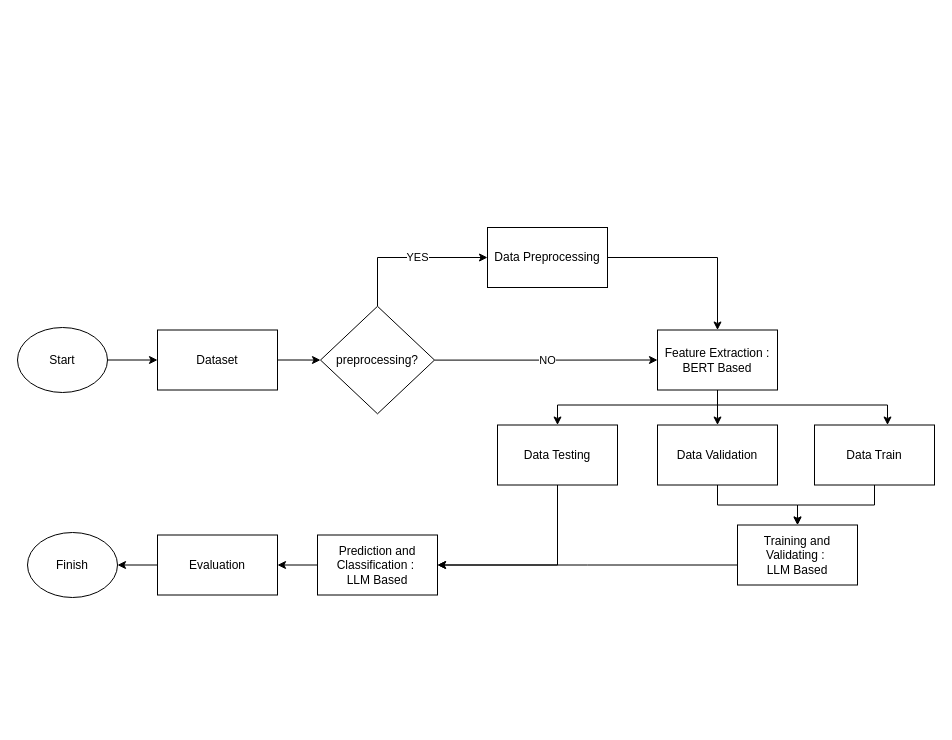
This is Diagram Blok Proses.drawio from erlanggadewa/Sentiment-Analysis-Review-Steam, a draw.io file, before an edit. Source tidied: cells renumbered, new cells numbered last; positions are measured from the earlier drawing's top-left corner, leaving out a move shared by most shapes. Both pictures are drawn from the tidied source at 100%, with x=0, y=0 at pixel (17, 227).
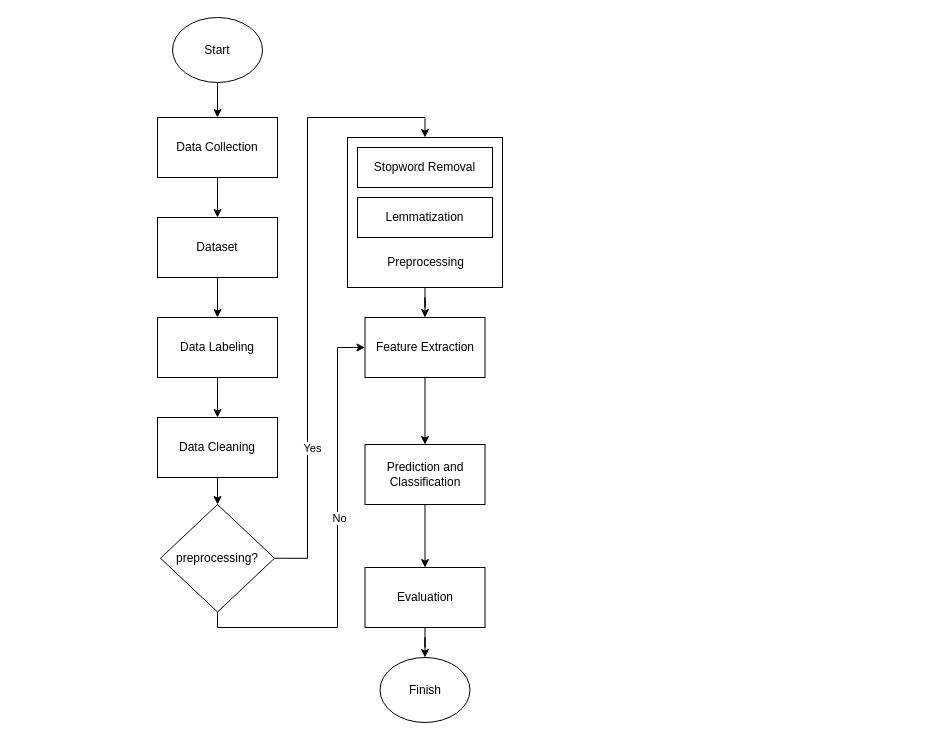
After the change.

Change to the diagram source:
```diff
@@
-    <mxCell id="2" style="edgeStyle=orthogonalEdgeStyle;rounded=0;jettySize=auto;html=1;entryX=0;entryY=0.5;entryDx=0;entryDy=0;" parent="1" edge="1" source="3" target="5">
-      <mxGeometry relative="1" as="geometry" />
-    </mxCell>
+    <mxCell id="29" style="edgeStyle=orthogonalEdgeStyle;rounded=0;jettySize=auto;html=1;entryX=0.5;entryY=0;entryDx=0;entryDy=0;" parent="1" edge="1" source="3" target="35">
+      <mxGeometry relative="1" as="geometry" />
+    </mxCell>
     <mxCell id="3" value="Start" style="ellipse;whiteSpace=wrap;html=1;" parent="1" vertex="1">
-      <mxGeometry y="100" width="90" height="65" as="geometry" />
+      <mxGeometry x="155" y="-210" width="90" height="65" as="geometry" />
     </mxCell>
-    <mxCell id="4" style="edgeStyle=orthogonalEdgeStyle;rounded=0;jettySize=auto;html=1;entryX=0;entryY=0.5;entryDx=0;entryDy=0;" parent="1" edge="1" source="5" target="28">
-      <mxGeometry relative="1" as="geometry" />
-    </mxCell>
+    <mxCell id="30" style="edgeStyle=orthogonalEdgeStyle;rounded=0;jettySize=auto;html=1;entryX=0.5;entryY=0;entryDx=0;entryDy=0;" parent="1" edge="1" source="5" target="37">
+      <mxGeometry relative="1" as="geometry" />
+    </mxCell>
     <mxCell id="5" value="Dataset" style="rounded=0;whiteSpace=wrap;html=1;" parent="1" vertex="1">
-      <mxGeometry x="140" y="102.5" width="120" height="60" as="geometry" />
+      <mxGeometry x="140" y="-10" width="120" height="60" as="geometry" />
     </mxCell>
-    <mxCell id="6" style="edgeStyle=orthogonalEdgeStyle;rounded=0;jettySize=auto;html=1;" parent="1" edge="1" source="7" target="11">
-      <mxGeometry relative="1" as="geometry" />
-    </mxCell>
-    <mxCell id="7" value="Data Preprocessing" style="rounded=0;whiteSpace=wrap;html=1;" parent="1" vertex="1">
-      <mxGeometry x="470" width="120" height="60" as="geometry" />
-    </mxCell>
-    <mxCell id="8" style="edgeStyle=orthogonalEdgeStyle;rounded=0;jettySize=auto;html=1;entryX=0.5;entryY=0;entryDx=0;entryDy=0;" parent="1" edge="1" source="11" target="15">
-      <mxGeometry relative="1" as="geometry" />
-    </mxCell>
-    <mxCell id="9" style="edgeStyle=orthogonalEdgeStyle;rounded=0;jettySize=auto;html=1;entryX=0.5;entryY=0;entryDx=0;entryDy=0;" parent="1" edge="1" source="11" target="19">
-      <mxGeometry relative="1" as="geometry">
-        <Array as="points">
-          <mxPoint x="700" y="177.5" />
-          <mxPoint x="540" y="177.5" />
-        </Array>
-      </mxGeometry>
-    </mxCell>
-    <mxCell id="10" style="edgeStyle=orthogonalEdgeStyle;rounded=0;jettySize=auto;html=1;" parent="1" edge="1" source="11" target="17">
-      <mxGeometry relative="1" as="geometry">
-        <Array as="points">
-          <mxPoint x="700" y="177.5" />
-          <mxPoint x="870" y="177.5" />
-        </Array>
-      </mxGeometry>
-    </mxCell>
+    <mxCell id="31" style="edgeStyle=orthogonalEdgeStyle;rounded=0;jettySize=auto;html=1;entryX=0.5;entryY=0;entryDx=0;entryDy=0;" parent="1" edge="1" source="11" target="21">
+      <mxGeometry relative="1" as="geometry" />
+    </mxCell>
-    <mxCell id="11" value="Feature Extraction :&lt;br&gt;BERT Based" style="rounded=0;whiteSpace=wrap;html=1;" parent="1" vertex="1">
-      <mxGeometry x="640" y="102.5" width="120" height="60" as="geometry" />
+    <mxCell id="11" value="Feature Extraction" style="rounded=0;whiteSpace=wrap;html=1;" parent="1" vertex="1">
+      <mxGeometry x="347.5" y="90" width="120" height="60" as="geometry" />
     </mxCell>
-    <mxCell id="12" style="edgeStyle=orthogonalEdgeStyle;rounded=0;jettySize=auto;html=1;entryX=1;entryY=0.5;entryDx=0;entryDy=0;" parent="1" edge="1" source="13" target="21">
-      <mxGeometry relative="1" as="geometry">
-        <Array as="points">
-          <mxPoint x="570" y="338" />
-        </Array>
-      </mxGeometry>
-    </mxCell>
-    <mxCell id="13" value="Training and Validating :&amp;nbsp;&lt;div&gt;LLM Based&lt;/div&gt;" style="rounded=0;whiteSpace=wrap;html=1;" parent="1" vertex="1">
-      <mxGeometry x="720" y="297.5" width="120" height="60" as="geometry" />
-    </mxCell>
-    <mxCell id="14" style="edgeStyle=orthogonalEdgeStyle;rounded=0;jettySize=auto;html=1;entryX=0.5;entryY=0;entryDx=0;entryDy=0;" parent="1" edge="1" source="15" target="13">
-      <mxGeometry relative="1" as="geometry" />
-    </mxCell>
-    <mxCell id="15" value="Data Validation" style="rounded=0;whiteSpace=wrap;html=1;" parent="1" vertex="1">
-      <mxGeometry x="640" y="197.5" width="120" height="60" as="geometry" />
-    </mxCell>
-    <mxCell id="16" style="edgeStyle=orthogonalEdgeStyle;rounded=0;jettySize=auto;html=1;" parent="1" edge="1" source="17" target="13">
-      <mxGeometry relative="1" as="geometry" />
-    </mxCell>
-    <mxCell id="17" value="Data Train" style="rounded=0;whiteSpace=wrap;html=1;" parent="1" vertex="1">
-      <mxGeometry x="797" y="197.5" width="120" height="60" as="geometry" />
-    </mxCell>
-    <mxCell id="18" style="edgeStyle=orthogonalEdgeStyle;rounded=0;jettySize=auto;html=1;entryX=1;entryY=0.5;entryDx=0;entryDy=0;" parent="1" edge="1" source="19" target="21">
-      <mxGeometry relative="1" as="geometry">
-        <Array as="points">
-          <mxPoint x="540" y="338" />
-        </Array>
-      </mxGeometry>
-    </mxCell>
-    <mxCell id="19" value="Data Testing" style="rounded=0;whiteSpace=wrap;html=1;" parent="1" vertex="1">
-      <mxGeometry x="480" y="197.5" width="120" height="60" as="geometry" />
-    </mxCell>
-    <mxCell id="20" style="edgeStyle=orthogonalEdgeStyle;rounded=0;jettySize=auto;html=1;entryX=1;entryY=0.5;entryDx=0;entryDy=0;" parent="1" edge="1" source="21" target="23">
+    <mxCell id="20" style="edgeStyle=orthogonalEdgeStyle;rounded=0;jettySize=auto;html=1;entryX=0.5;entryY=0;entryDx=0;entryDy=0;" parent="1" edge="1" source="21" target="23">
       <mxGeometry relative="1" as="geometry" />
     </mxCell>
-    <mxCell id="21" value="Prediction and Classification&amp;nbsp;&lt;span style=&quot;background-color: initial;&quot;&gt;:&amp;nbsp;&lt;/span&gt;&lt;div&gt;LLM Based&lt;/div&gt;" style="rounded=0;whiteSpace=wrap;html=1;" parent="1" vertex="1">
-      <mxGeometry x="300" y="307.5" width="120" height="60" as="geometry" />
+    <mxCell id="21" value="Prediction and Classification" style="rounded=0;whiteSpace=wrap;html=1;" parent="1" vertex="1">
+      <mxGeometry x="347.5" y="217" width="120" height="60" as="geometry" />
     </mxCell>
-    <mxCell id="22" style="edgeStyle=orthogonalEdgeStyle;rounded=0;jettySize=auto;html=1;entryX=1;entryY=0.5;entryDx=0;entryDy=0;" parent="1" edge="1" source="23" target="24">
+    <mxCell id="22" style="edgeStyle=orthogonalEdgeStyle;rounded=0;jettySize=auto;html=1;entryX=0.5;entryY=0;entryDx=0;entryDy=0;" parent="1" edge="1" source="23" target="24">
       <mxGeometry relative="1" as="geometry" />
     </mxCell>
     <mxCell id="23" value="Evaluation" style="rounded=0;whiteSpace=wrap;html=1;" parent="1" vertex="1">
-      <mxGeometry x="140" y="307.5" width="120" height="60" as="geometry" />
+      <mxGeometry x="347.5" y="340" width="120" height="60" as="geometry" />
     </mxCell>
     <mxCell id="24" value="Finish" style="ellipse;whiteSpace=wrap;html=1;" parent="1" vertex="1">
-      <mxGeometry x="10" y="305" width="90" height="65" as="geometry" />
+      <mxGeometry x="362.5" y="430" width="90" height="65" as="geometry" />
     </mxCell>
+    <mxCell id="26" style="edgeStyle=orthogonalEdgeStyle;rounded=0;jettySize=auto;html=1;entryX=0;entryY=0.5;entryDx=0;entryDy=0;exitX=0.5;exitY=1;exitDx=0;exitDy=0;" parent="1" edge="1" source="28" target="11">
+      <mxGeometry relative="1" as="geometry">
+        <Array as="points">
+          <mxPoint x="200" y="400" />
+          <mxPoint x="320" y="400" />
+          <mxPoint x="320" y="120" />
+        </Array>
+      </mxGeometry>
+    </mxCell>
+    <mxCell id="32" value="No" style="edgeLabel;html=1;align=center;verticalAlign=middle;" parent="26" vertex="1">
+      <mxGeometry x="-0.92" relative="1" as="geometry">
+        <mxPoint x="119" y="-110" as="offset" />
+      </mxGeometry>
+    </mxCell>
-    <mxCell id="25" value="YES" style="edgeStyle=orthogonalEdgeStyle;rounded=0;jettySize=auto;html=1;entryX=0;entryY=0.5;entryDx=0;entryDy=0;" parent="1" edge="1" source="28" target="7">
-      <mxGeometry x="0.12" relative="1" as="geometry">
+    <mxCell id="25" style="edgeStyle=orthogonalEdgeStyle;rounded=0;jettySize=auto;html=1;entryX=0.5;entryY=0;entryDx=0;entryDy=0;exitX=1;exitY=0.5;exitDx=0;exitDy=0;" parent="1" edge="1" source="28" target="7">
+      <mxGeometry relative="1" as="geometry">
         <Array as="points">
-          <mxPoint x="360" y="30" />
+          <mxPoint x="290" y="331" />
+          <mxPoint x="290" y="-110" />
+          <mxPoint x="407" y="-110" />
         </Array>
       </mxGeometry>
     </mxCell>
-    <mxCell id="26" style="edgeStyle=orthogonalEdgeStyle;rounded=0;jettySize=auto;html=1;entryX=0;entryY=0.5;entryDx=0;entryDy=0;" parent="1" edge="1" source="28" target="11">
-      <mxGeometry relative="1" as="geometry" />
-    </mxCell>
-    <mxCell id="27" value="NO" style="edgeLabel;html=1;align=center;verticalAlign=middle;" parent="26" vertex="1">
-      <mxGeometry x="-0.29" y="3" relative="1" as="geometry">
-        <mxPoint x="34" y="3" as="offset" />
-      </mxGeometry>
-    </mxCell>
+    <mxCell id="33" value="Yes" style="edgeLabel;html=1;align=center;verticalAlign=middle;" parent="25" vertex="1">
+      <mxGeometry x="-0.51" y="-2" relative="1" as="geometry">
+        <mxPoint x="2" y="7" as="offset" />
+      </mxGeometry>
+    </mxCell>
     <mxCell id="28" value="pre&lt;span style=&quot;background-color: transparent; color: light-dark(rgb(0, 0, 0), rgb(255, 255, 255));&quot;&gt;processing?&lt;/span&gt;" style="rhombus;whiteSpace=wrap;html=1;" parent="1" vertex="1">
-      <mxGeometry x="303" y="78.8" width="114" height="107.5" as="geometry" />
+      <mxGeometry x="143" y="277" width="114" height="107.5" as="geometry" />
     </mxCell>
+    <mxCell id="34" style="edgeStyle=orthogonalEdgeStyle;rounded=0;jettySize=auto;html=1;entryX=0.5;entryY=0;entryDx=0;entryDy=0;" parent="1" edge="1" source="35" target="5">
+      <mxGeometry relative="1" as="geometry" />
+    </mxCell>
+    <mxCell id="35" value="Data Collection" style="rounded=0;whiteSpace=wrap;html=1;" parent="1" vertex="1">
+      <mxGeometry x="140" y="-110" width="120" height="60" as="geometry" />
+    </mxCell>
+    <mxCell id="36" style="edgeStyle=orthogonalEdgeStyle;rounded=0;jettySize=auto;html=1;entryX=0.5;entryY=0;entryDx=0;entryDy=0;" parent="1" edge="1" source="37" target="43">
+      <mxGeometry relative="1" as="geometry" />
+    </mxCell>
+    <mxCell id="37" value="Data Labeling" style="rounded=0;whiteSpace=wrap;html=1;" parent="1" vertex="1">
+      <mxGeometry x="140" y="90" width="120" height="60" as="geometry" />
+    </mxCell>
+    <mxCell id="38" style="group;" parent="1" vertex="1">
+      <mxGeometry x="330" y="-90" width="155" height="150" as="geometry" />
+    </mxCell>
+    <mxCell id="7" style="rounded=0;whiteSpace=wrap;html=1;" parent="38" vertex="1">
+      <mxGeometry width="155" height="150" as="geometry" />
+    </mxCell>
+    <mxCell id="39" value="Stopword Removal" style="rounded=0;whiteSpace=wrap;html=1;" parent="38" vertex="1">
+      <mxGeometry x="10" y="10" width="135" height="40" as="geometry" />
+    </mxCell>
+    <mxCell id="40" value="Lemmatization" style="rounded=0;whiteSpace=wrap;html=1;" parent="38" vertex="1">
+      <mxGeometry x="10" y="60" width="135" height="40" as="geometry" />
+    </mxCell>
+    <mxCell id="41" value="&lt;span style=&quot;text-wrap-mode: wrap;&quot;&gt;Pre&lt;/span&gt;&lt;span style=&quot;color: light-dark(rgb(0, 0, 0), rgb(255, 255, 255)); text-wrap-mode: wrap; background-color: transparent;&quot;&gt;processing&lt;/span&gt;" style="text;html=1;align=center;verticalAlign=middle;strokeColor=none;fillColor=none;" parent="38" vertex="1">
+      <mxGeometry x="27.5" y="110" width="100" height="30" as="geometry" />
+    </mxCell>
+    <mxCell id="42" style="edgeStyle=orthogonalEdgeStyle;rounded=0;jettySize=auto;html=1;entryX=0.5;entryY=0;entryDx=0;entryDy=0;" parent="1" edge="1" source="43" target="28">
+      <mxGeometry relative="1" as="geometry" />
+    </mxCell>
+    <mxCell id="43" value="Data Cleaning" style="rounded=0;whiteSpace=wrap;html=1;" parent="1" vertex="1">
+      <mxGeometry x="140" y="190" width="120" height="60" as="geometry" />
+    </mxCell>
+    <mxCell id="6" style="edgeStyle=orthogonalEdgeStyle;rounded=0;jettySize=auto;html=1;entryX=0.5;entryY=0;entryDx=0;entryDy=0;" parent="1" edge="1" source="7" target="11">
+      <mxGeometry relative="1" as="geometry" />
+    </mxCell>
```
